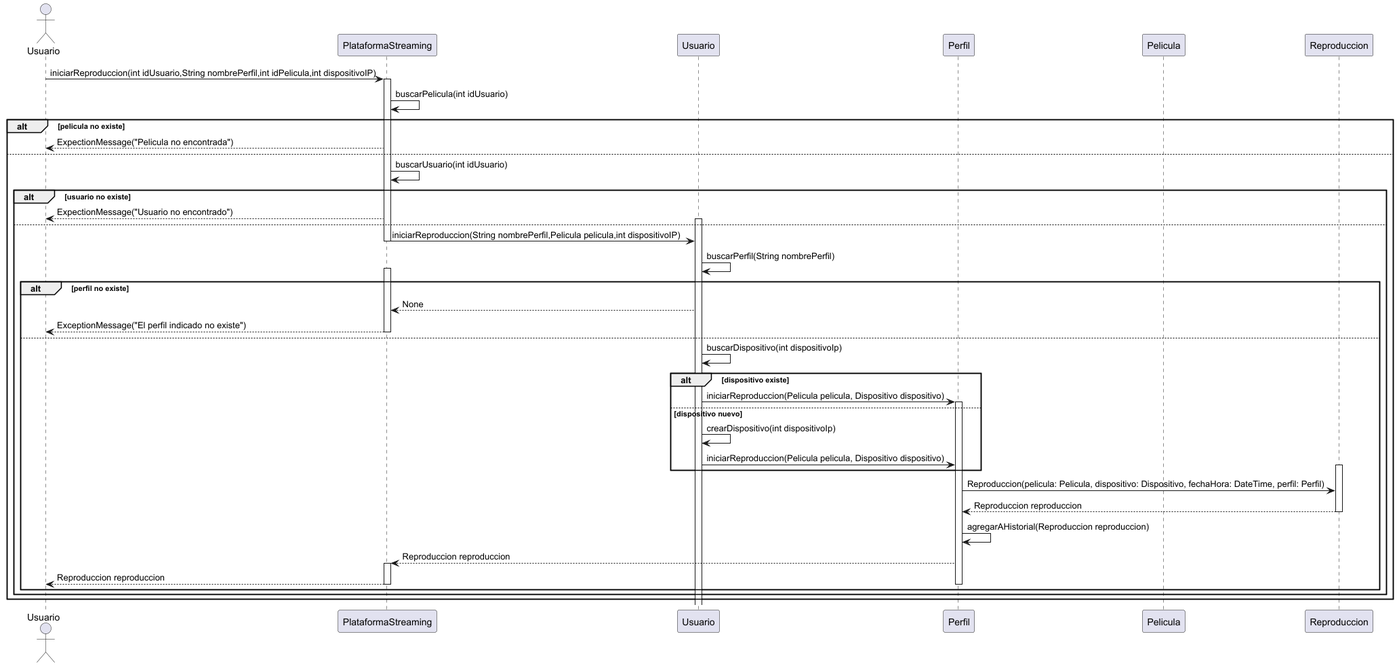
Earlier version of the PlantUML export reformRecuSec.png (bernardoFac/poo_tn_25_1c).
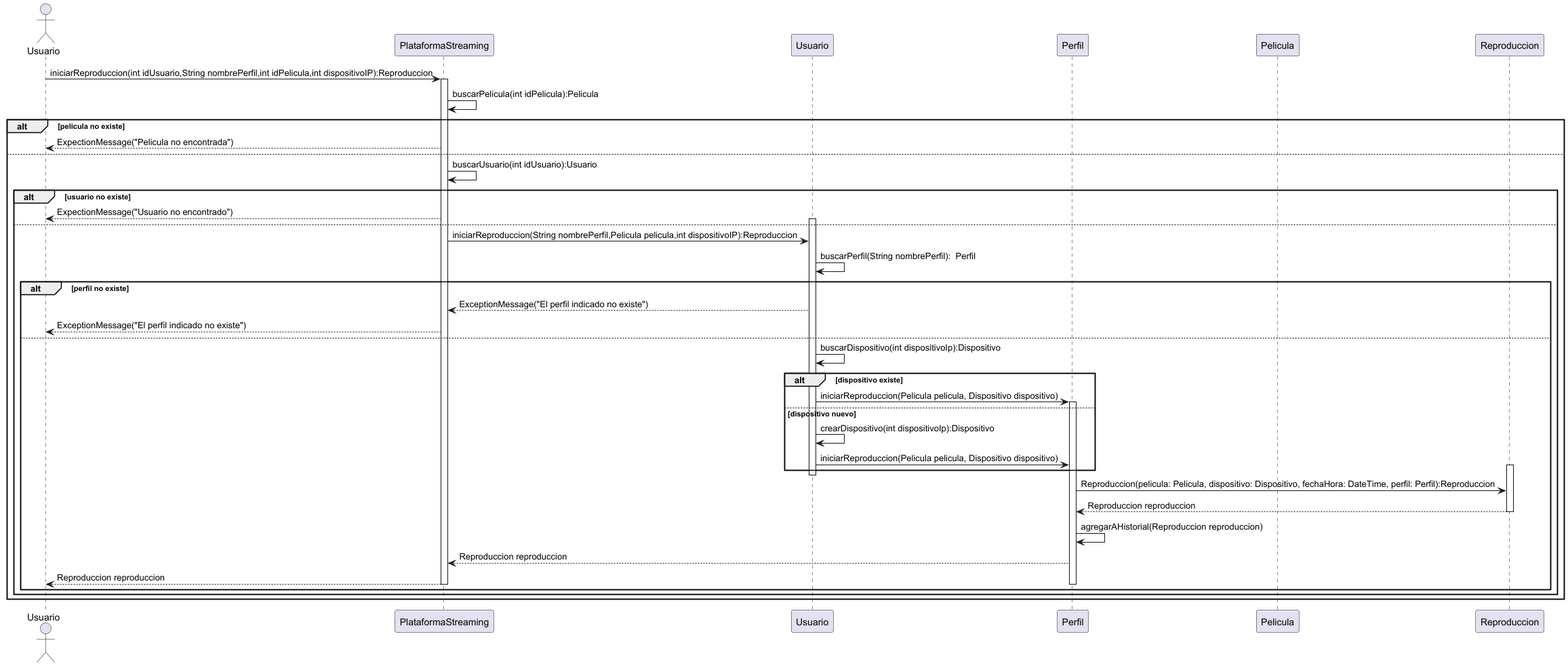
The same file after the commit.

Diff of the diagram source:
```diff
@@ -6,42 +6,41 @@
 participant Pelicula      as M
 participant Reproduccion  as R
 
-Usuario -> PS : iniciarReproduccion(int idUsuario,String nombrePerfil,int idPelicula,int dispositivoIP)
+Usuario -> PS : iniciarReproduccion(int idUsuario,String nombrePerfil,int idPelicula,int dispositivoIP):Reproduccion
 activate PS
-PS -> PS : buscarPelicula(int idUsuario)
+PS -> PS : buscarPelicula(int idPelicula):Pelicula
 alt pelicula no existe
 PS-->Usuario: ExpectionMessage("Pelicula no encontrada")
 else
-PS -> PS : buscarUsuario(int idUsuario)
+PS -> PS : buscarUsuario(int idUsuario):Usuario
 alt usuario no existe
 PS-->Usuario: ExpectionMessage("Usuario no encontrado")
 else
 activate U
-PS -> U : iniciarReproduccion(String nombrePerfil,Pelicula pelicula,int dispositivoIP)
-deactivate PS
-U -> U: buscarPerfil(String nombrePerfil)
+PS -> U : iniciarReproduccion(String nombrePerfil,Pelicula pelicula,int dispositivoIP):Reproduccion
+
+U -> U: buscarPerfil(String nombrePerfil):  Perfil
 alt perfil no existe
-activate PS
-U -->PS: None
+
+U -->PS: ExceptionMessage("El perfil indicado no existe")
 PS --> Usuario:ExceptionMessage("El perfil indicado no existe")
 else
-deactivate PS
-    U-> U : buscarDispositivo(int dispositivoIp)
+    U-> U : buscarDispositivo(int dispositivoIp):Dispositivo
 
 alt dispositivo existe
 U -> P : iniciarReproduccion(Pelicula pelicula, Dispositivo dispositivo)
 activate P
 else dispositivo nuevo
-U->U: crearDispositivo(int dispositivoIp)
+U->U: crearDispositivo(int dispositivoIp):Dispositivo
 U -> P : iniciarReproduccion(Pelicula pelicula, Dispositivo dispositivo)
 activate R
 end
-P->R: Reproduccion(pelicula: Pelicula, dispositivo: Dispositivo, fechaHora: DateTime, perfil: Perfil)
+deactivate U
+P->R: Reproduccion(pelicula: Pelicula, dispositivo: Dispositivo, fechaHora: DateTime, perfil: Perfil):Reproduccion
 R --> P: Reproduccion reproduccion
 deactivate R
 P->P: agregarAHistorial(Reproduccion reproduccion)
 P-->PS: Reproduccion reproduccion
-activate PS
 PS --> Usuario : Reproduccion reproduccion
 deactivate P
 deactivate PS
```
